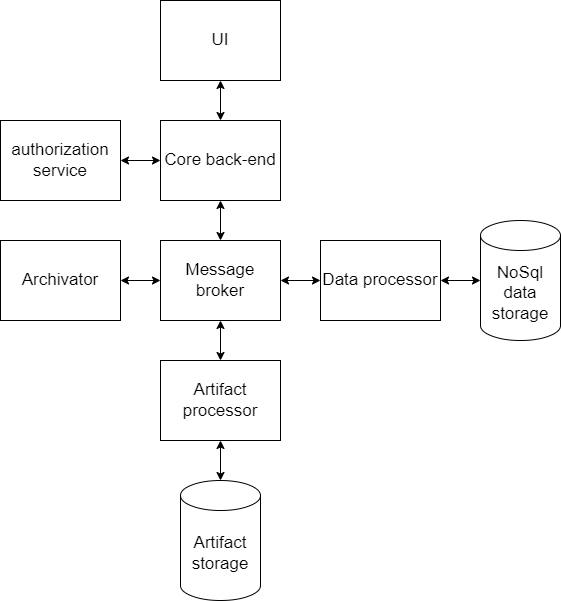
Earlier version of the draw.io export docs/structure.png (Kasean/FileCloudPlatform). Source tidied: cells renumbered, new cells last; positions are measured from the earlier drawing's top-left corner, leaving out a move shared by most shapes.
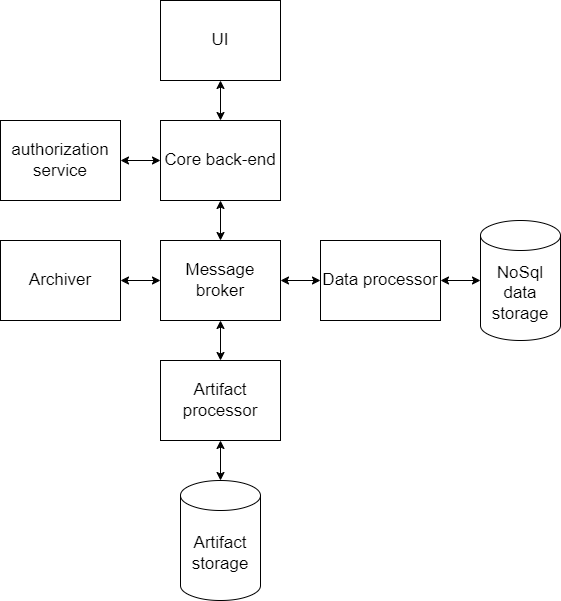
After the commit.

Commit message:
rename one module in structure

What changed in the source:
```diff
@@ -8,7 +8,7 @@
     <mxCell id="3" value="&lt;font style=&quot;font-size: 17px;&quot;&gt;Artifact processor&lt;/font&gt;" style="rounded=0;whiteSpace=wrap;html=1;fontSize=17;" parent="1" vertex="1">
       <mxGeometry x="160" y="360" width="120" height="80" as="geometry" />
     </mxCell>
-    <mxCell id="4" value="&lt;font style=&quot;font-size: 17px;&quot;&gt;Archivator&lt;/font&gt;" style="rounded=0;whiteSpace=wrap;html=1;fontSize=17;" parent="1" vertex="1">
+    <mxCell id="4" value="&lt;font style=&quot;font-size: 17px;&quot;&gt;Archiver&lt;/font&gt;" style="rounded=0;whiteSpace=wrap;html=1;fontSize=17;" parent="1" vertex="1">
       <mxGeometry y="240" width="120" height="80" as="geometry" />
     </mxCell>
     <mxCell id="5" value="authorization service" style="rounded=0;whiteSpace=wrap;html=1;fontSize=17;" parent="1" vertex="1">
```
